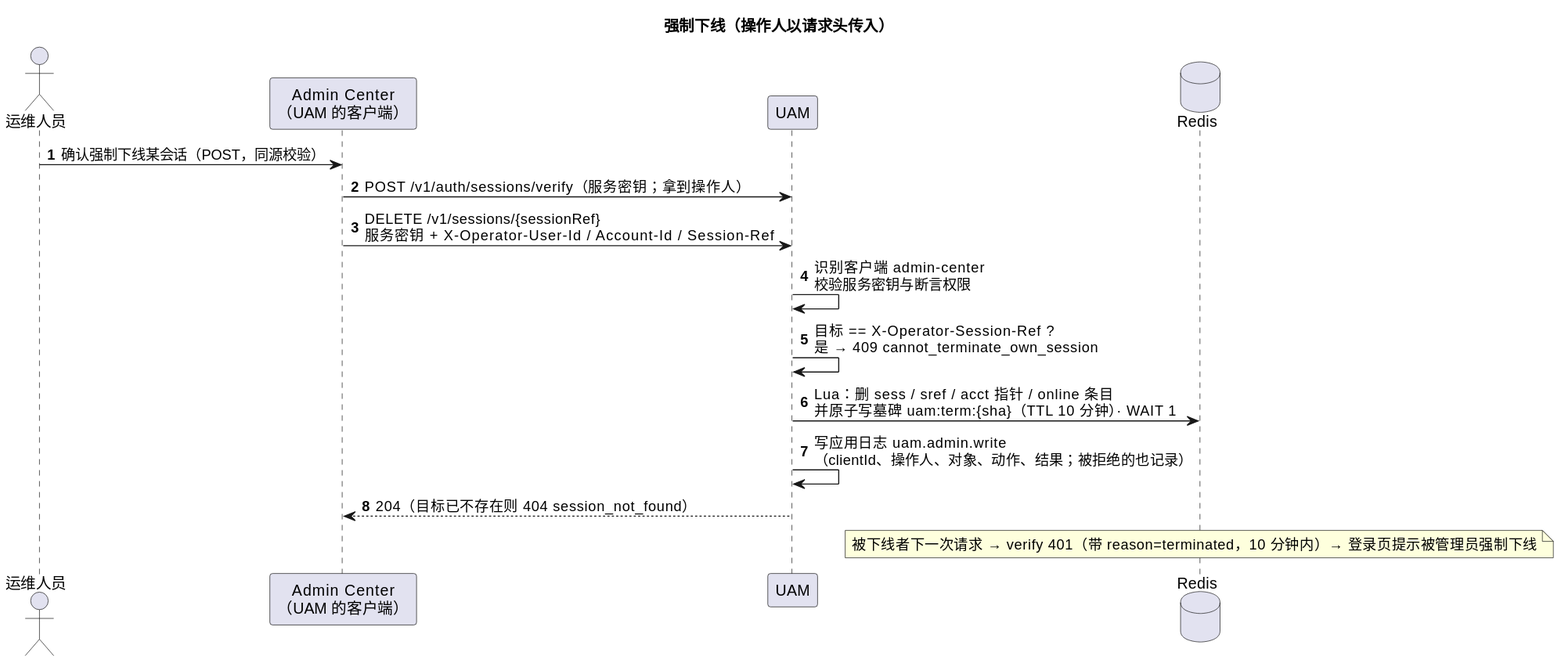
Before: docs/system-design/system/diagrams/seq-terminate-session.svg, a diagram exported from PlantUML (xiayy860612/tech-toolkit).
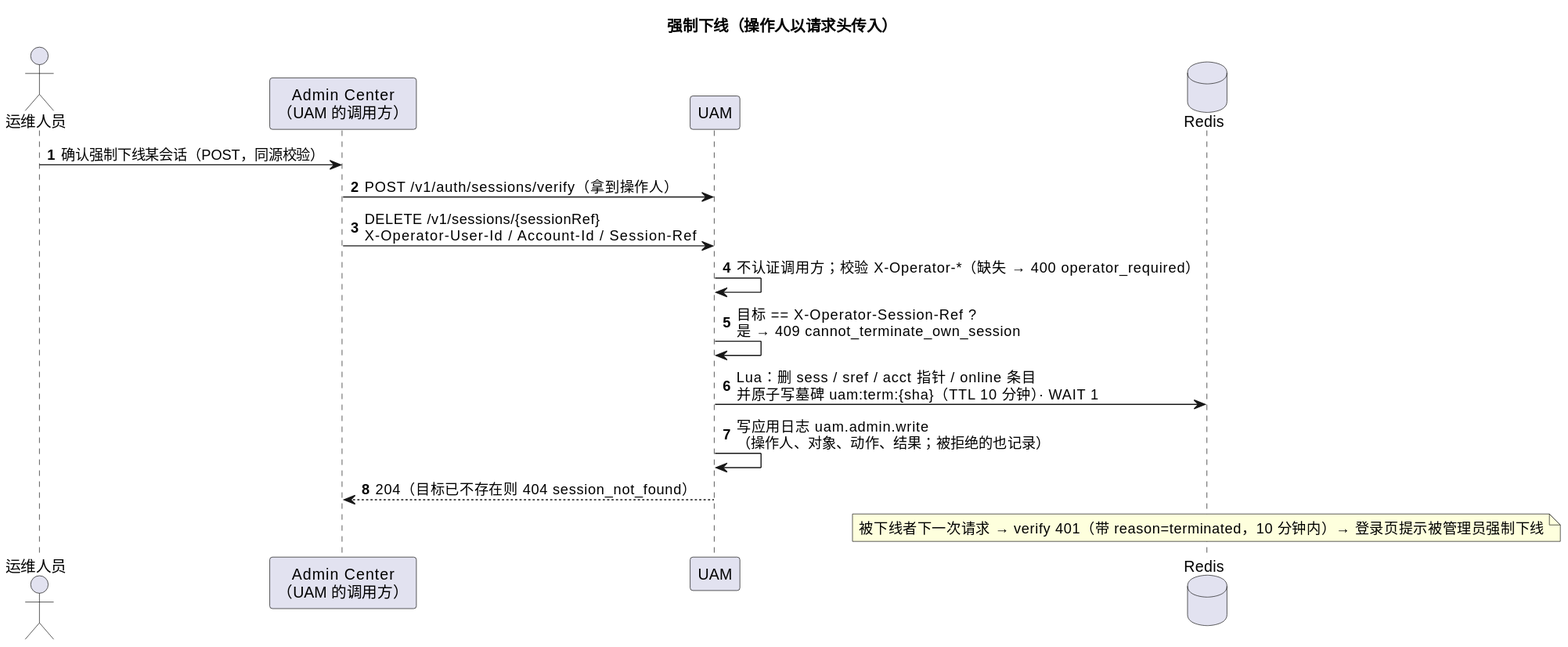
The same file after the commit.

Diff of the diagram source:
```diff
@@ -3,17 +3,17 @@
 autonumber
 
 actor "运维人员" as O
-participant "Admin Center\n（UAM 的客户端）" as AC
+participant "Admin Center\n（UAM 的调用方）" as AC
 participant "UAM" as U
 database "Redis" as R
 
 O -> AC : 确认强制下线某会话（POST，同源校验）
-AC -> U : POST /v1/auth/sessions/verify（服务密钥；拿到操作人）
-AC -> U : DELETE /v1/sessions/{sessionRef}\n服务密钥 + X-Operator-User-Id / Account-Id / Session-Ref
-U -> U : 识别客户端 admin-center\n校验服务密钥与断言权限
+AC -> U : POST /v1/auth/sessions/verify（拿到操作人）
+AC -> U : DELETE /v1/sessions/{sessionRef}\nX-Operator-User-Id / Account-Id / Session-Ref
+U -> U : 不认证调用方；校验 X-Operator-*（缺失 → 400 operator_required）
 U -> U : 目标 == X-Operator-Session-Ref ?\n是 → 409 cannot_terminate_own_session
 U -> R : Lua：删 sess / sref / acct 指针 / online 条目\n并原子写墓碑 uam:term:{sha}（TTL 10 分钟）· WAIT 1
-U -> U : 写应用日志 uam.admin.write\n（clientId、操作人、对象、动作、结果；被拒绝的也记录）
+U -> U : 写应用日志 uam.admin.write\n（操作人、对象、动作、结果；被拒绝的也记录）
 U --> AC : 204（目标已不存在则 404 session_not_found）
 
 note over R
```
